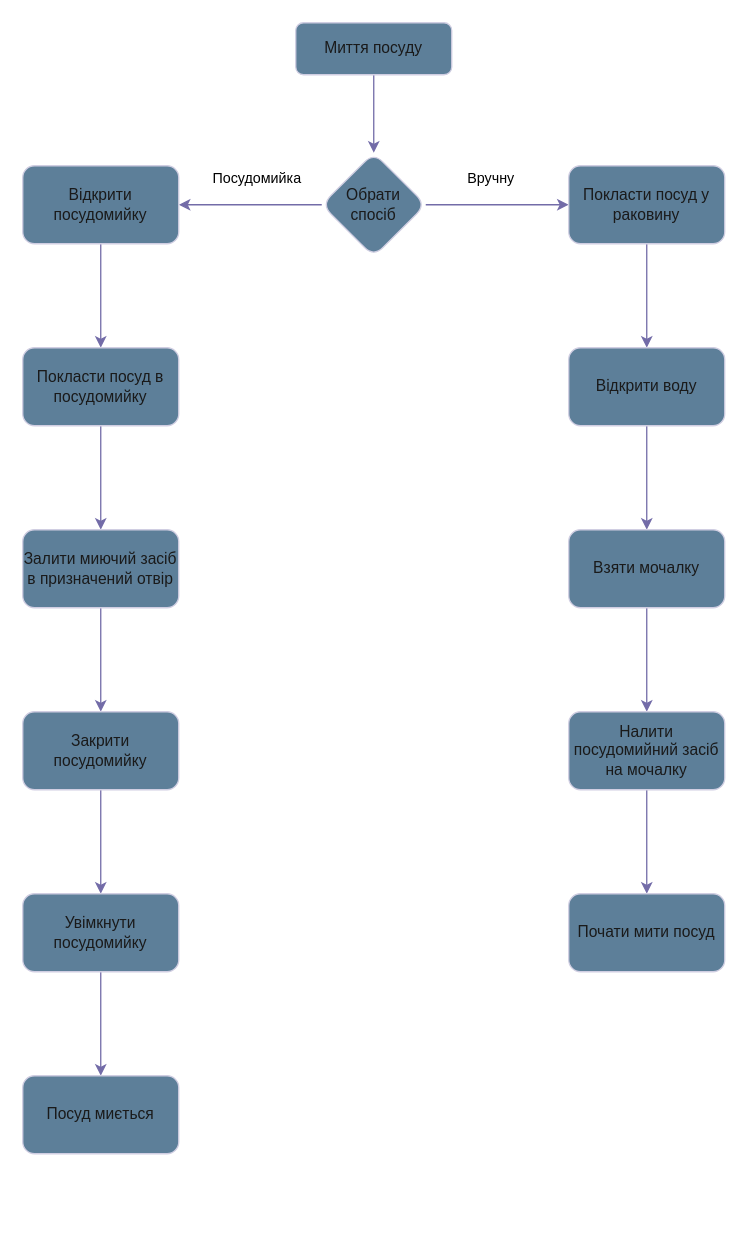
This is DZ/Chastyna1/Modul1/Zav6_Block_diagram.drawio from EddieEdisonTUT/PythonRep, a draw.io file, before an edit. Source tidied: cells renumbered, new cells numbered last; positions are measured from the earlier drawing's top-left corner, leaving out a move shared by most shapes. Both pictures are drawn from the tidied source at 130%, with x=0, y=0 at pixel (22, 22).
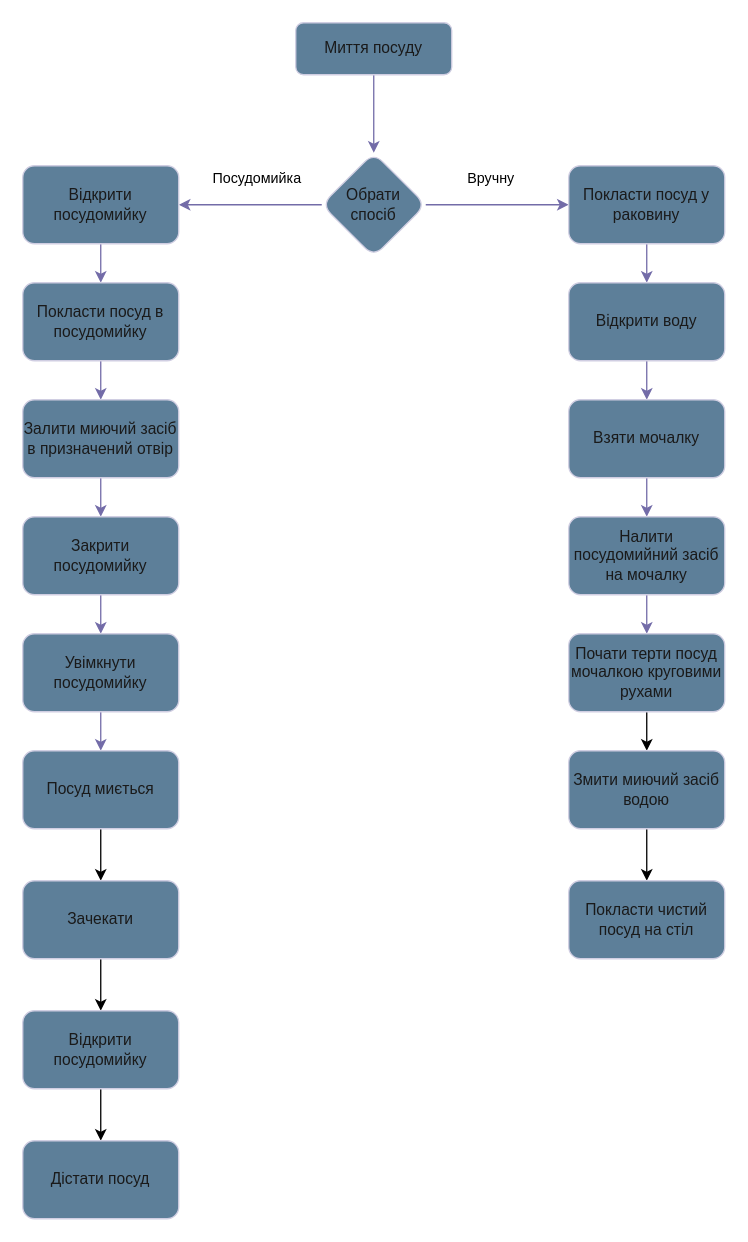
The same page after the edit.

Diff of the diagram source:
```diff
@@
     <mxCell id="12" value="Покласти посуд в посудомийку" style="whiteSpace=wrap;html=1;rounded=1;glass=0;strokeWidth=1;shadow=0;labelBackgroundColor=none;fillColor=#5D7F99;strokeColor=#D0CEE2;fontColor=#1A1A1A;" parent="1" vertex="1">
-      <mxGeometry y="250" width="120" height="60" as="geometry" />
+      <mxGeometry y="200" width="120" height="60" as="geometry" />
     </mxCell>
@@
     <mxCell id="14" value="Відкрити воду" style="whiteSpace=wrap;html=1;rounded=1;glass=0;strokeWidth=1;shadow=0;labelBackgroundColor=none;fillColor=#5D7F99;strokeColor=#D0CEE2;fontColor=#1A1A1A;" parent="1" vertex="1">
-      <mxGeometry x="420" y="250" width="120" height="60" as="geometry" />
+      <mxGeometry x="420" y="200" width="120" height="60" as="geometry" />
     </mxCell>
@@
     <mxCell id="16" value="Взяти мочалку" style="whiteSpace=wrap;html=1;rounded=1;glass=0;strokeWidth=1;shadow=0;labelBackgroundColor=none;fillColor=#5D7F99;strokeColor=#D0CEE2;fontColor=#1A1A1A;" parent="1" vertex="1">
-      <mxGeometry x="420" y="390" width="120" height="60" as="geometry" />
+      <mxGeometry x="420" y="290" width="120" height="60" as="geometry" />
     </mxCell>
@@
     <mxCell id="18" value="Налити посудомийний засіб на мочалку" style="whiteSpace=wrap;html=1;rounded=1;glass=0;strokeWidth=1;shadow=0;labelBackgroundColor=none;fillColor=#5D7F99;strokeColor=#D0CEE2;fontColor=#1A1A1A;" parent="1" vertex="1">
-      <mxGeometry x="420" y="530" width="120" height="60" as="geometry" />
+      <mxGeometry x="420" y="380" width="120" height="60" as="geometry" />
     </mxCell>
+    <mxCell id="27" style="edgeStyle=orthogonalEdgeStyle;rounded=0;jettySize=auto;html=1;" parent="1" edge="1" source="19" target="35">
+      <mxGeometry relative="1" as="geometry" />
+    </mxCell>
-    <mxCell id="19" value="Почати мити посуд" style="whiteSpace=wrap;html=1;rounded=1;glass=0;strokeWidth=1;shadow=0;labelBackgroundColor=none;fillColor=#5D7F99;strokeColor=#D0CEE2;fontColor=#1A1A1A;" parent="1" vertex="1">
-      <mxGeometry x="420" y="670" width="120" height="60" as="geometry" />
+    <mxCell id="19" value="Почати терти посуд мочалкою круговими рухами" style="whiteSpace=wrap;html=1;rounded=1;glass=0;strokeWidth=1;shadow=0;labelBackgroundColor=none;fillColor=#5D7F99;strokeColor=#D0CEE2;fontColor=#1A1A1A;" parent="1" vertex="1">
+      <mxGeometry x="420" y="470" width="120" height="60" as="geometry" />
     </mxCell>
@@
     <mxCell id="21" value="Залити миючий засіб в призначений отвір" style="whiteSpace=wrap;html=1;rounded=1;glass=0;strokeWidth=1;shadow=0;labelBackgroundColor=none;fillColor=#5D7F99;strokeColor=#D0CEE2;fontColor=#1A1A1A;" parent="1" vertex="1">
-      <mxGeometry y="390" width="120" height="60" as="geometry" />
+      <mxGeometry y="290" width="120" height="60" as="geometry" />
     </mxCell>
@@
     <mxCell id="23" value="Закрити посудомийку" style="whiteSpace=wrap;html=1;rounded=1;glass=0;strokeWidth=1;shadow=0;labelBackgroundColor=none;fillColor=#5D7F99;strokeColor=#D0CEE2;fontColor=#1A1A1A;" parent="1" vertex="1">
-      <mxGeometry y="530" width="120" height="60" as="geometry" />
+      <mxGeometry y="380" width="120" height="60" as="geometry" />
     </mxCell>
@@
     <mxCell id="25" value="Увімкнути посудомийку" style="whiteSpace=wrap;html=1;rounded=1;glass=0;strokeWidth=1;shadow=0;labelBackgroundColor=none;fillColor=#5D7F99;strokeColor=#D0CEE2;fontColor=#1A1A1A;" parent="1" vertex="1">
-      <mxGeometry y="670" width="120" height="60" as="geometry" />
+      <mxGeometry y="470" width="120" height="60" as="geometry" />
     </mxCell>
+    <mxCell id="28" style="edgeStyle=orthogonalEdgeStyle;rounded=0;jettySize=auto;html=1;" parent="1" edge="1" source="26" target="30">
+      <mxGeometry relative="1" as="geometry" />
+    </mxCell>
     <mxCell id="26" value="Посуд миється" style="whiteSpace=wrap;html=1;rounded=1;glass=0;strokeWidth=1;shadow=0;labelBackgroundColor=none;fillColor=#5D7F99;strokeColor=#D0CEE2;fontColor=#1A1A1A;" parent="1" vertex="1">
-      <mxGeometry y="810" width="120" height="60" as="geometry" />
+      <mxGeometry y="560" width="120" height="60" as="geometry" />
     </mxCell>
+    <mxCell id="29" style="edgeStyle=orthogonalEdgeStyle;rounded=0;jettySize=auto;html=1;" parent="1" edge="1" source="30" target="32">
+      <mxGeometry relative="1" as="geometry" />
+    </mxCell>
+    <mxCell id="30" value="Зачекати" style="whiteSpace=wrap;html=1;rounded=1;glass=0;strokeWidth=1;shadow=0;labelBackgroundColor=none;fillColor=#5D7F99;strokeColor=#D0CEE2;fontColor=#1A1A1A;" parent="1" vertex="1">
+      <mxGeometry y="660" width="120" height="60" as="geometry" />
+    </mxCell>
+    <mxCell id="31" style="edgeStyle=orthogonalEdgeStyle;rounded=0;jettySize=auto;html=1;" parent="1" edge="1" source="32" target="33">
+      <mxGeometry relative="1" as="geometry" />
+    </mxCell>
+    <mxCell id="32" value="Відкрити посудомийку" style="whiteSpace=wrap;html=1;rounded=1;glass=0;strokeWidth=1;shadow=0;labelBackgroundColor=none;fillColor=#5D7F99;strokeColor=#D0CEE2;fontColor=#1A1A1A;" parent="1" vertex="1">
+      <mxGeometry y="760" width="120" height="60" as="geometry" />
+    </mxCell>
+    <mxCell id="33" value="Дістати посуд" style="whiteSpace=wrap;html=1;rounded=1;glass=0;strokeWidth=1;shadow=0;labelBackgroundColor=none;fillColor=#5D7F99;strokeColor=#D0CEE2;fontColor=#1A1A1A;" parent="1" vertex="1">
+      <mxGeometry y="860" width="120" height="60" as="geometry" />
+    </mxCell>
+    <mxCell id="34" style="edgeStyle=orthogonalEdgeStyle;rounded=0;jettySize=auto;html=1;" parent="1" edge="1" source="35" target="36">
+      <mxGeometry relative="1" as="geometry" />
+    </mxCell>
+    <mxCell id="35" value="Змити миючий засіб водою" style="whiteSpace=wrap;html=1;fillColor=#5D7F99;strokeColor=#D0CEE2;fontColor=#1A1A1A;rounded=1;glass=0;strokeWidth=1;shadow=0;labelBackgroundColor=none;" parent="1" vertex="1">
+      <mxGeometry x="420" y="560" width="120" height="60" as="geometry" />
+    </mxCell>
+    <mxCell id="36" value="Покласти чистий посуд на стіл" style="whiteSpace=wrap;html=1;fillColor=#5D7F99;strokeColor=#D0CEE2;fontColor=#1A1A1A;rounded=1;glass=0;strokeWidth=1;shadow=0;labelBackgroundColor=none;" parent="1" vertex="1">
+      <mxGeometry x="420" y="660" width="120" height="60" as="geometry" />
+    </mxCell>
```
